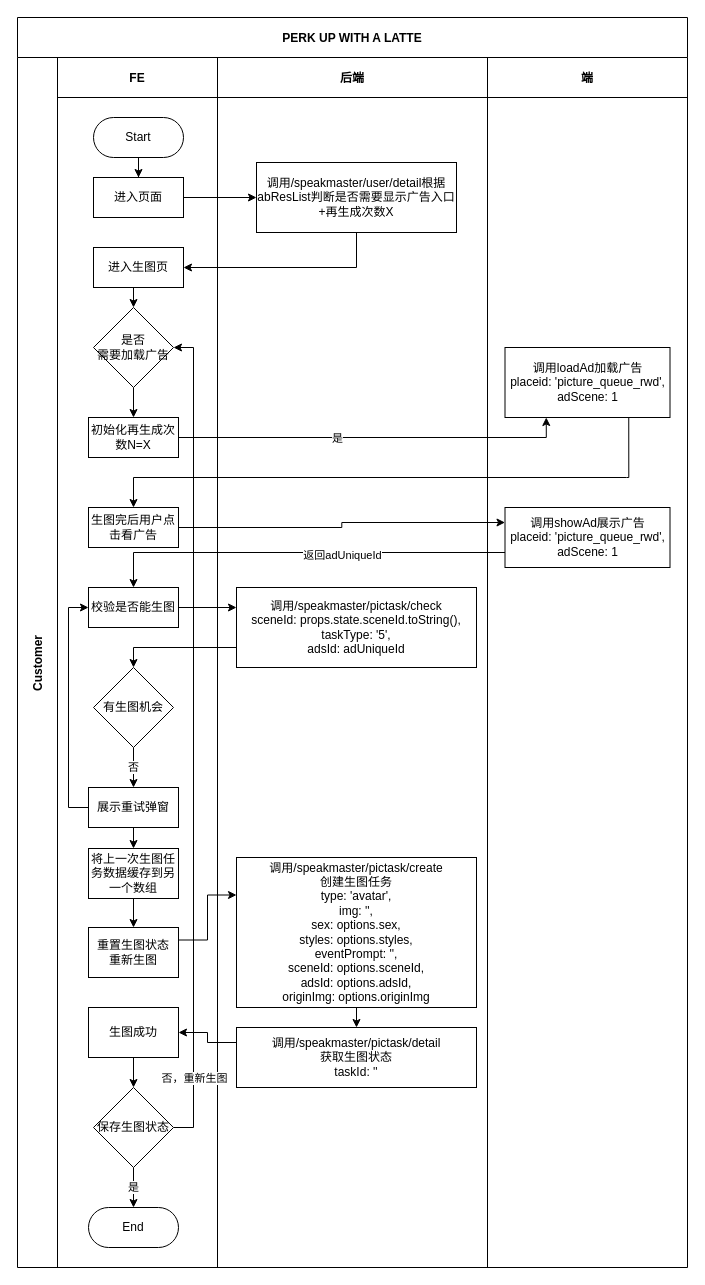
Above: watchAD.drawio in LeeGenD/draw.io (draw.io), before the change. Source tidied: cells renumbered, new cells numbered last; positions are measured from the earlier drawing's top-left corner, leaving out a move shared by most shapes. Both pictures are drawn from the tidied source at 100%, with x=0, y=0 at pixel (17, 17).
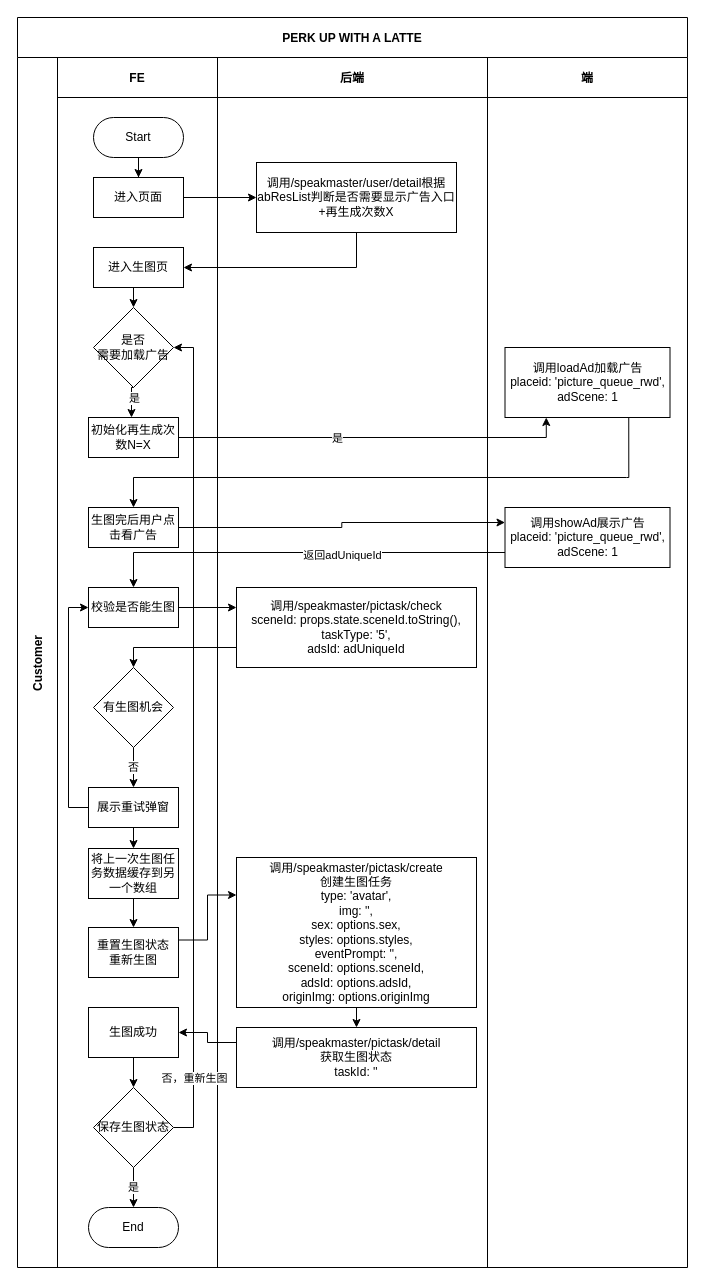
The same page after the edit.

The change refers to these unchanged cells:
```xml
<mxCell id="4" value="FE" style="swimlane;swimlaneHead=0;swimlaneBody=0;fillColor=none;startSize=40;fontStyle=1;" parent="3" vertex="1">
  <mxGeometry x="40" width="160" height="1210" as="geometry" />
</mxCell>
<mxCell id="11" value="&lt;div&gt;是否&lt;/div&gt;需要加载广告" style="rhombus;whiteSpace=wrap;html=1;" parent="4" vertex="1">
  <mxGeometry x="36" y="250" width="80" height="80" as="geometry" />
</mxCell>
<mxCell id="12" value="初始化再生成次数N=X" style="rounded=0;whiteSpace=wrap;html=1;" parent="4" vertex="1">
  <mxGeometry x="31" y="360" width="90" height="40" as="geometry" />
</mxCell>
```

Change to the diagram source:
```diff
@@
-    <mxCell id="10" style="edgeStyle=orthogonalEdgeStyle;rounded=0;jettySize=auto;html=1;exitX=0.5;exitY=1;exitDx=0;exitDy=0;entryX=0.5;entryY=0;entryDx=0;entryDy=0;" parent="4" edge="1" source="11" target="12">
-      <mxGeometry relative="1" as="geometry" />
+    <mxCell id="10" style="edgeStyle=orthogonalEdgeStyle;rounded=0;jettySize=auto;html=1;exitX=0.5;exitY=1;exitDx=0;exitDy=0;entryX=0.5;entryY=0;entryDx=0;entryDy=0;" parent="4" edge="1" source="11">
+      <mxGeometry relative="1" as="geometry">
+        <mxPoint x="74" y="360" as="targetPoint" />
+      </mxGeometry>
     </mxCell>
+    <mxCell id="51" value="是" style="edgeLabel;html=1;align=center;verticalAlign=middle;" parent="10" vertex="1">
+      <mxGeometry x="-0.27" y="4" relative="1" as="geometry">
+        <mxPoint x="-2" as="offset" />
+      </mxGeometry>
+    </mxCell>
```
